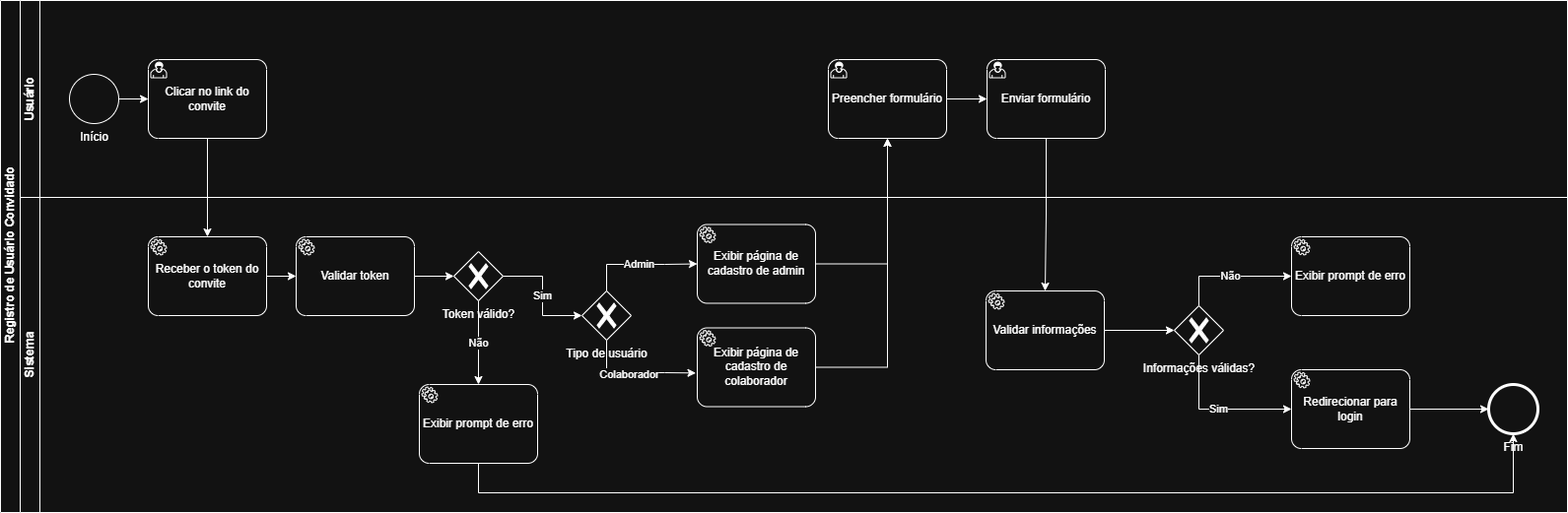
Earlier version of the draw.io export docs/images/bpmn/gestao-de-usuario/bpmn-gestao-de-usuario-sp7.png (lsivolella/Servify). Source tidied: cells renumbered, new cells last; positions are measured from the earlier drawing's top-left corner, leaving out a move shared by most shapes.
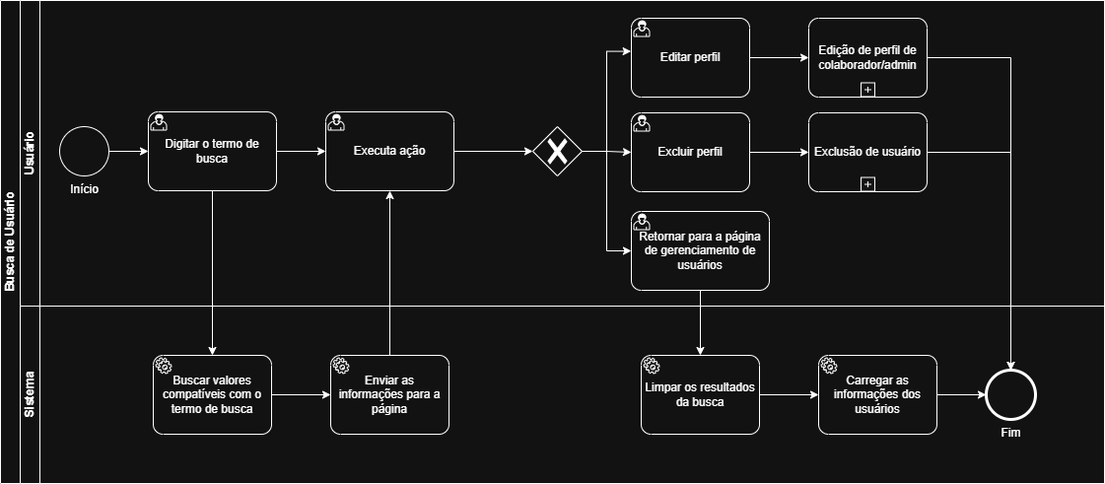
The same file after the commit.

Commit message:
Ajustes no processo de gerenciamento de clientes

The edit, as a diff of the source:
```diff
@@ -2,141 +2,107 @@
   <root>
     <mxCell id="0" />
     <mxCell id="1" parent="0" />
-    <mxCell id="2" value="&amp;nbsp;Registro de Usuário Convidado" style="swimlane;horizontal=0;startSize=20;html=1;" parent="1" vertex="1">
-      <mxGeometry width="1590" height="520" as="geometry" />
+    <mxCell id="2" style="group;" parent="1" vertex="1">
+      <mxGeometry width="1120" height="490" as="geometry" />
     </mxCell>
-    <mxCell id="3" value="Usuário" style="swimlane;startSize=20;horizontal=0;html=1;" parent="2" vertex="1">
-      <mxGeometry x="20" width="1570" height="200" as="geometry" />
+    <mxCell id="3" value="Busca de Usuário" style="swimlane;horizontal=0;startSize=20;html=1;" parent="2" vertex="1">
+      <mxGeometry width="1120" height="490" as="geometry" />
     </mxCell>
-    <mxCell id="4" style="edgeStyle=orthogonalEdgeStyle;rounded=0;jettySize=auto;html=1;" parent="3" edge="1" source="5">
-      <mxGeometry relative="1" as="geometry">
-        <mxPoint x="130" y="100" as="targetPoint" />
-      </mxGeometry>
+    <mxCell id="4" value="Usuário" style="swimlane;startSize=20;horizontal=0;html=1;" parent="3" vertex="1">
+      <mxGeometry x="20" width="1100" height="310" as="geometry" />
     </mxCell>
-    <mxCell id="5" value="Início" style="points=[[0.145,0.145,0],[0.5,0,0],[0.855,0.145,0],[1,0.5,0],[0.855,0.855,0],[0.5,1,0],[0.145,0.855,0],[0,0.5,0]];shape=mxgraph.bpmn.event;html=1;verticalLabelPosition=bottom;labelBackgroundColor=#ffffff;verticalAlign=top;align=center;perimeter=ellipsePerimeter;outlineConnect=0;outline=standard;symbol=general;" parent="3" vertex="1">
-      <mxGeometry x="50" y="75" width="50" height="50" as="geometry" />
+    <mxCell id="5" value="Sistema" style="swimlane;startSize=20;horizontal=0;html=1;" parent="3" vertex="1">
+      <mxGeometry x="20" y="310" width="1100" height="180" as="geometry" />
     </mxCell>
-    <mxCell id="6" value="Clicar no link do convite" style="points=[[0.25,0,0],[0.5,0,0],[0.75,0,0],[1,0.25,0],[1,0.5,0],[1,0.75,0],[0.75,1,0],[0.5,1,0],[0.25,1,0],[0,0.75,0],[0,0.5,0],[0,0.25,0]];shape=mxgraph.bpmn.task2;whiteSpace=wrap;rectStyle=rounded;size=10;html=1;taskMarker=user;" parent="3" vertex="1">
-      <mxGeometry x="130" y="60" width="120" height="80" as="geometry" />
+    <mxCell id="6" style="edgeStyle=orthogonalEdgeStyle;rounded=0;jettySize=auto;html=1;" parent="5" edge="1" source="7" target="9">
+      <mxGeometry relative="1" as="geometry" />
     </mxCell>
-    <mxCell id="7" value="Preencher formulário" style="points=[[0.25,0,0],[0.5,0,0],[0.75,0,0],[1,0.25,0],[1,0.5,0],[1,0.75,0],[0.75,1,0],[0.5,1,0],[0.25,1,0],[0,0.75,0],[0,0.5,0],[0,0.25,0]];shape=mxgraph.bpmn.task2;whiteSpace=wrap;rectStyle=rounded;size=10;html=1;taskMarker=user;" parent="3" vertex="1">
-      <mxGeometry x="820" y="60" width="120" height="80" as="geometry" />
+    <mxCell id="7" value="Buscar valores compatíveis com o termo de busca" style="points=[[0.25,0,0],[0.5,0,0],[0.75,0,0],[1,0.25,0],[1,0.5,0],[1,0.75,0],[0.75,1,0],[0.5,1,0],[0.25,1,0],[0,0.75,0],[0,0.5,0],[0,0.25,0]];shape=mxgraph.bpmn.task2;whiteSpace=wrap;rectStyle=rounded;size=10;html=1;taskMarker=service;" parent="5" vertex="1">
+      <mxGeometry x="135" y="50" width="120" height="80" as="geometry" />
     </mxCell>
-    <mxCell id="8" value="Enviar formulário" style="points=[[0.25,0,0],[0.5,0,0],[0.75,0,0],[1,0.25,0],[1,0.5,0],[1,0.75,0],[0.75,1,0],[0.5,1,0],[0.25,1,0],[0,0.75,0],[0,0.5,0],[0,0.25,0]];shape=mxgraph.bpmn.task2;whiteSpace=wrap;rectStyle=rounded;size=10;html=1;taskMarker=user;" parent="3" vertex="1">
-      <mxGeometry x="981" y="60" width="120" height="80" as="geometry" />
+    <mxCell id="8" value="Fim" style="points=[[0.145,0.145,0],[0.5,0,0],[0.855,0.145,0],[1,0.5,0],[0.855,0.855,0],[0.5,1,0],[0.145,0.855,0],[0,0.5,0]];shape=mxgraph.bpmn.event;html=1;verticalLabelPosition=bottom;labelBackgroundColor=#ffffff;verticalAlign=top;align=center;perimeter=ellipsePerimeter;outlineConnect=0;outline=end;symbol=terminate2;" parent="5" vertex="1">
+      <mxGeometry x="980" y="65" width="50" height="50" as="geometry" />
     </mxCell>
-    <mxCell id="9" style="edgeStyle=orthogonalEdgeStyle;rounded=0;jettySize=auto;html=1;entryX=0;entryY=0.5;entryDx=0;entryDy=0;entryPerimeter=0;" parent="3" edge="1" source="7" target="8">
-      <mxGeometry relative="1" as="geometry" />
+    <mxCell id="9" value="Enviar as informações para a página" style="points=[[0.25,0,0],[0.5,0,0],[0.75,0,0],[1,0.25,0],[1,0.5,0],[1,0.75,0],[0.75,1,0],[0.5,1,0],[0.25,1,0],[0,0.75,0],[0,0.5,0],[0,0.25,0]];shape=mxgraph.bpmn.task2;whiteSpace=wrap;rectStyle=rounded;size=10;html=1;taskMarker=service;" parent="5" vertex="1">
+      <mxGeometry x="315" y="50" width="120" height="80" as="geometry" />
     </mxCell>
-    <mxCell id="10" style="edgeStyle=orthogonalEdgeStyle;rounded=0;jettySize=auto;html=1;entryX=0.5;entryY=0;entryDx=0;entryDy=0;entryPerimeter=0;" parent="2" edge="1" source="6" target="12">
-      <mxGeometry relative="1" as="geometry" />
+    <mxCell id="10" value="Limpar os resultados da busca" style="points=[[0.25,0,0],[0.5,0,0],[0.75,0,0],[1,0.25,0],[1,0.5,0],[1,0.75,0],[0.75,1,0],[0.5,1,0],[0.25,1,0],[0,0.75,0],[0,0.5,0],[0,0.25,0]];shape=mxgraph.bpmn.task2;whiteSpace=wrap;rectStyle=rounded;size=10;html=1;taskMarker=service;" parent="5" vertex="1">
+      <mxGeometry x="630" y="50" width="120" height="80" as="geometry" />
     </mxCell>
-    <mxCell id="11" value="Sistema" style="swimlane;startSize=20;horizontal=0;html=1;" parent="2" vertex="1">
-      <mxGeometry x="20" y="200" width="1570" height="320" as="geometry" />
+    <mxCell id="11" value="Carregar as informações dos usuários" style="points=[[0.25,0,0],[0.5,0,0],[0.75,0,0],[1,0.25,0],[1,0.5,0],[1,0.75,0],[0.75,1,0],[0.5,1,0],[0.25,1,0],[0,0.75,0],[0,0.5,0],[0,0.25,0]];shape=mxgraph.bpmn.task2;whiteSpace=wrap;rectStyle=rounded;size=10;html=1;taskMarker=service;" parent="5" vertex="1">
+      <mxGeometry x="810" y="50" width="120" height="80" as="geometry" />
     </mxCell>
-    <mxCell id="12" value="Receber o token do convite" style="points=[[0.25,0,0],[0.5,0,0],[0.75,0,0],[1,0.25,0],[1,0.5,0],[1,0.75,0],[0.75,1,0],[0.5,1,0],[0.25,1,0],[0,0.75,0],[0,0.5,0],[0,0.25,0]];shape=mxgraph.bpmn.task2;whiteSpace=wrap;rectStyle=rounded;size=10;html=1;taskMarker=service;" parent="11" vertex="1">
-      <mxGeometry x="130" y="40" width="120" height="80" as="geometry" />
+    <mxCell id="12" style="edgeStyle=orthogonalEdgeStyle;rounded=0;jettySize=auto;html=1;entryX=0;entryY=0.5;entryDx=0;entryDy=0;entryPerimeter=0;" parent="5" edge="1" source="10" target="11">
+      <mxGeometry relative="1" as="geometry" />
     </mxCell>
-    <mxCell id="13" value="Validar token" style="points=[[0.25,0,0],[0.5,0,0],[0.75,0,0],[1,0.25,0],[1,0.5,0],[1,0.75,0],[0.75,1,0],[0.5,1,0],[0.25,1,0],[0,0.75,0],[0,0.5,0],[0,0.25,0]];shape=mxgraph.bpmn.task2;whiteSpace=wrap;rectStyle=rounded;size=10;html=1;taskMarker=service;" parent="11" vertex="1">
-      <mxGeometry x="280" y="40" width="120" height="80" as="geometry" />
+    <mxCell id="13" style="edgeStyle=orthogonalEdgeStyle;rounded=0;jettySize=auto;html=1;entryX=0;entryY=0.5;entryDx=0;entryDy=0;entryPerimeter=0;" parent="5" edge="1" source="11" target="8">
+      <mxGeometry relative="1" as="geometry" />
     </mxCell>
-    <mxCell id="14" value="Token válido?" style="points=[[0.25,0.25,0],[0.5,0,0],[0.75,0.25,0],[1,0.5,0],[0.75,0.75,0],[0.5,1,0],[0.25,0.75,0],[0,0.5,0]];shape=mxgraph.bpmn.gateway2;html=1;verticalLabelPosition=bottom;labelBackgroundColor=#ffffff;verticalAlign=top;align=center;perimeter=rhombusPerimeter;outlineConnect=0;outline=none;symbol=none;gwType=exclusive;" parent="11" vertex="1">
-      <mxGeometry x="440" y="55" width="50" height="50" as="geometry" />
+    <mxCell id="14" value="Início" style="points=[[0.145,0.145,0],[0.5,0,0],[0.855,0.145,0],[1,0.5,0],[0.855,0.855,0],[0.5,1,0],[0.145,0.855,0],[0,0.5,0]];shape=mxgraph.bpmn.event;html=1;verticalLabelPosition=bottom;labelBackgroundColor=#ffffff;verticalAlign=top;align=center;perimeter=ellipsePerimeter;outlineConnect=0;outline=standard;symbol=general;" parent="2" vertex="1">
+      <mxGeometry x="60" y="128" width="50" height="50" as="geometry" />
     </mxCell>
-    <mxCell id="15" value="Exibir prompt de erro" style="points=[[0.25,0,0],[0.5,0,0],[0.75,0,0],[1,0.25,0],[1,0.5,0],[1,0.75,0],[0.75,1,0],[0.5,1,0],[0.25,1,0],[0,0.75,0],[0,0.5,0],[0,0.25,0]];shape=mxgraph.bpmn.task2;whiteSpace=wrap;rectStyle=rounded;size=10;html=1;taskMarker=service;" parent="11" vertex="1">
-      <mxGeometry x="405" y="190" width="120" height="80" as="geometry" />
+    <mxCell id="15" value="Digitar o termo de busca" style="points=[[0.25,0,0],[0.5,0,0],[0.75,0,0],[1,0.25,0],[1,0.5,0],[1,0.75,0],[0.75,1,0],[0.5,1,0],[0.25,1,0],[0,0.75,0],[0,0.5,0],[0,0.25,0]];shape=mxgraph.bpmn.task2;whiteSpace=wrap;rectStyle=rounded;size=10;html=1;taskMarker=user;" parent="2" vertex="1">
+      <mxGeometry x="150" y="113" width="130" height="80" as="geometry" />
     </mxCell>
-    <mxCell id="16" value="Fim" style="points=[[0.145,0.145,0],[0.5,0,0],[0.855,0.145,0],[1,0.5,0],[0.855,0.855,0],[0.5,1,0],[0.145,0.855,0],[0,0.5,0]];shape=mxgraph.bpmn.event;html=1;verticalLabelPosition=bottom;labelBackgroundColor=#ffffff;verticalAlign=top;align=center;perimeter=ellipsePerimeter;outlineConnect=0;outline=end;symbol=terminate2;" parent="11" vertex="1">
-      <mxGeometry x="1490" y="190" width="50" height="50" as="geometry" />
+    <mxCell id="16" style="edgeStyle=orthogonalEdgeStyle;rounded=0;jettySize=auto;html=1;entryX=0;entryY=0.5;entryDx=0;entryDy=0;entryPerimeter=0;" parent="2" edge="1" source="14" target="15">
+      <mxGeometry relative="1" as="geometry" />
     </mxCell>
-    <mxCell id="17" value="Exibir página de cadastro de admin" style="points=[[0.25,0,0],[0.5,0,0],[0.75,0,0],[1,0.25,0],[1,0.5,0],[1,0.75,0],[0.75,1,0],[0.5,1,0],[0.25,1,0],[0,0.75,0],[0,0.5,0],[0,0.25,0]];shape=mxgraph.bpmn.task2;whiteSpace=wrap;rectStyle=rounded;size=10;html=1;taskMarker=service;" parent="11" vertex="1">
-      <mxGeometry x="687" y="27.5" width="120" height="80" as="geometry" />
+    <mxCell id="17" style="points=[[0.25,0.25,0],[0.5,0,0],[0.75,0.25,0],[1,0.5,0],[0.75,0.75,0],[0.5,1,0],[0.25,0.75,0],[0,0.5,0]];shape=mxgraph.bpmn.gateway2;html=1;verticalLabelPosition=bottom;labelBackgroundColor=#ffffff;verticalAlign=top;align=center;perimeter=rhombusPerimeter;outlineConnect=0;outline=none;symbol=none;gwType=exclusive;" parent="2" vertex="1">
+      <mxGeometry x="540" y="128" width="50" height="50" as="geometry" />
     </mxCell>
-    <mxCell id="18" value="Exibir página de cadastro de colaborador" style="points=[[0.25,0,0],[0.5,0,0],[0.75,0,0],[1,0.25,0],[1,0.5,0],[1,0.75,0],[0.75,1,0],[0.5,1,0],[0.25,1,0],[0,0.75,0],[0,0.5,0],[0,0.25,0]];shape=mxgraph.bpmn.task2;whiteSpace=wrap;rectStyle=rounded;size=10;html=1;taskMarker=service;" parent="11" vertex="1">
-      <mxGeometry x="687" y="132.5" width="120" height="80" as="geometry" />
+    <mxCell id="18" value="Executa ação" style="points=[[0.25,0,0],[0.5,0,0],[0.75,0,0],[1,0.25,0],[1,0.5,0],[1,0.75,0],[0.75,1,0],[0.5,1,0],[0.25,1,0],[0,0.75,0],[0,0.5,0],[0,0.25,0]];shape=mxgraph.bpmn.task2;whiteSpace=wrap;rectStyle=rounded;size=10;html=1;taskMarker=user;" parent="2" vertex="1">
+      <mxGeometry x="330" y="113" width="130" height="80" as="geometry" />
     </mxCell>
-    <mxCell id="19" value="Tipo de usuário" style="points=[[0.25,0.25,0],[0.5,0,0],[0.75,0.25,0],[1,0.5,0],[0.75,0.75,0],[0.5,1,0],[0.25,0.75,0],[0,0.5,0]];shape=mxgraph.bpmn.gateway2;html=1;verticalLabelPosition=bottom;labelBackgroundColor=#ffffff;verticalAlign=top;align=center;perimeter=rhombusPerimeter;outlineConnect=0;outline=none;symbol=none;gwType=exclusive;" parent="11" vertex="1">
-      <mxGeometry x="570" y="95" width="50" height="50" as="geometry" />
+    <mxCell id="19" style="edgeStyle=orthogonalEdgeStyle;rounded=0;jettySize=auto;html=1;entryX=0;entryY=0.5;entryDx=0;entryDy=0;entryPerimeter=0;" parent="2" edge="1" source="18" target="17">
+      <mxGeometry relative="1" as="geometry" />
     </mxCell>
-    <mxCell id="20" value="Informações válidas?" style="points=[[0.25,0.25,0],[0.5,0,0],[0.75,0.25,0],[1,0.5,0],[0.75,0.75,0],[0.5,1,0],[0.25,0.75,0],[0,0.5,0]];shape=mxgraph.bpmn.gateway2;html=1;verticalLabelPosition=bottom;labelBackgroundColor=#ffffff;verticalAlign=top;align=center;perimeter=rhombusPerimeter;outlineConnect=0;outline=none;symbol=none;gwType=exclusive;" parent="11" vertex="1">
-      <mxGeometry x="1171" y="110" width="50" height="50" as="geometry" />
+    <mxCell id="20" style="edgeStyle=orthogonalEdgeStyle;rounded=0;jettySize=auto;html=1;entryX=0;entryY=0.5;entryDx=0;entryDy=0;entryPerimeter=0;" parent="2" edge="1" source="15" target="18">
+      <mxGeometry relative="1" as="geometry" />
     </mxCell>
-    <mxCell id="21" value="Validar informações" style="points=[[0.25,0,0],[0.5,0,0],[0.75,0,0],[1,0.25,0],[1,0.5,0],[1,0.75,0],[0.75,1,0],[0.5,1,0],[0.25,1,0],[0,0.75,0],[0,0.5,0],[0,0.25,0]];shape=mxgraph.bpmn.task2;whiteSpace=wrap;rectStyle=rounded;size=10;html=1;taskMarker=service;" parent="11" vertex="1">
-      <mxGeometry x="980" y="95" width="120" height="80" as="geometry" />
+    <mxCell id="21" value="Retornar para a página de gerenciamento de usuários" style="points=[[0.25,0,0],[0.5,0,0],[0.75,0,0],[1,0.25,0],[1,0.5,0],[1,0.75,0],[0.75,1,0],[0.5,1,0],[0.25,1,0],[0,0.75,0],[0,0.5,0],[0,0.25,0]];shape=mxgraph.bpmn.task2;whiteSpace=wrap;rectStyle=rounded;size=10;html=1;taskMarker=user;" parent="2" vertex="1">
+      <mxGeometry x="640" y="214" width="140" height="80" as="geometry" />
     </mxCell>
-    <mxCell id="22" value="Exibir prompt de erro" style="points=[[0.25,0,0],[0.5,0,0],[0.75,0,0],[1,0.25,0],[1,0.5,0],[1,0.75,0],[0.75,1,0],[0.5,1,0],[0.25,1,0],[0,0.75,0],[0,0.5,0],[0,0.25,0]];shape=mxgraph.bpmn.task2;whiteSpace=wrap;rectStyle=rounded;size=10;html=1;taskMarker=service;" parent="11" vertex="1">
-      <mxGeometry x="1290" y="40" width="120" height="80" as="geometry" />
+    <mxCell id="22" value="Editar perfil" style="points=[[0.25,0,0],[0.5,0,0],[0.75,0,0],[1,0.25,0],[1,0.5,0],[1,0.75,0],[0.75,1,0],[0.5,1,0],[0.25,1,0],[0,0.75,0],[0,0.5,0],[0,0.25,0]];shape=mxgraph.bpmn.task2;whiteSpace=wrap;rectStyle=rounded;size=10;html=1;taskMarker=user;" parent="2" vertex="1">
+      <mxGeometry x="640" y="18" width="120" height="80" as="geometry" />
     </mxCell>
-    <mxCell id="23" value="Redirecionar para login" style="points=[[0.25,0,0],[0.5,0,0],[0.75,0,0],[1,0.25,0],[1,0.5,0],[1,0.75,0],[0.75,1,0],[0.5,1,0],[0.25,1,0],[0,0.75,0],[0,0.5,0],[0,0.25,0]];shape=mxgraph.bpmn.task2;whiteSpace=wrap;rectStyle=rounded;size=10;html=1;taskMarker=service;" parent="11" vertex="1">
-      <mxGeometry x="1290" y="175" width="120" height="80" as="geometry" />
+    <mxCell id="23" value="Excluir perfil" style="points=[[0.25,0,0],[0.5,0,0],[0.75,0,0],[1,0.25,0],[1,0.5,0],[1,0.75,0],[0.75,1,0],[0.5,1,0],[0.25,1,0],[0,0.75,0],[0,0.5,0],[0,0.25,0]];shape=mxgraph.bpmn.task2;whiteSpace=wrap;rectStyle=rounded;size=10;html=1;taskMarker=user;" parent="2" vertex="1">
+      <mxGeometry x="640" y="114" width="120" height="80" as="geometry" />
     </mxCell>
-    <mxCell id="24" style="edgeStyle=orthogonalEdgeStyle;rounded=0;jettySize=auto;html=1;entryX=0;entryY=0.5;entryDx=0;entryDy=0;entryPerimeter=0;" parent="11" edge="1" source="12" target="13">
-      <mxGeometry relative="1" as="geometry" />
+    <mxCell id="24" value="Edição de perfil de colaborador/admin" style="points=[[0.25,0,0],[0.5,0,0],[0.75,0,0],[1,0.25,0],[1,0.5,0],[1,0.75,0],[0.75,1,0],[0.5,1,0],[0.25,1,0],[0,0.75,0],[0,0.5,0],[0,0.25,0]];shape=mxgraph.bpmn.task2;whiteSpace=wrap;rectStyle=rounded;size=10;html=1;taskMarker=abstract;isLoopSub=1;" parent="2" vertex="1">
+      <mxGeometry x="820" y="18" width="120" height="80" as="geometry" />
     </mxCell>
-    <mxCell id="25" style="edgeStyle=orthogonalEdgeStyle;rounded=0;jettySize=auto;html=1;entryX=0;entryY=0.5;entryDx=0;entryDy=0;entryPerimeter=0;" parent="11" edge="1" source="13" target="14">
-      <mxGeometry relative="1" as="geometry" />
+    <mxCell id="25" value="Exclusão de usuário" style="points=[[0.25,0,0],[0.5,0,0],[0.75,0,0],[1,0.25,0],[1,0.5,0],[1,0.75,0],[0.75,1,0],[0.5,1,0],[0.25,1,0],[0,0.75,0],[0,0.5,0],[0,0.25,0]];shape=mxgraph.bpmn.task2;whiteSpace=wrap;rectStyle=rounded;size=10;html=1;taskMarker=abstract;isLoopSub=1;" parent="2" vertex="1">
+      <mxGeometry x="820" y="114" width="120" height="80" as="geometry" />
     </mxCell>
-    <mxCell id="26" value="Não" style="edgeStyle=orthogonalEdgeStyle;rounded=0;jettySize=auto;html=1;entryX=0.5;entryY=0;entryDx=0;entryDy=0;entryPerimeter=0;" parent="11" edge="1" source="14" target="15">
+    <mxCell id="26" style="edgeStyle=orthogonalEdgeStyle;rounded=0;jettySize=auto;html=1;entryX=0;entryY=0.5;entryDx=0;entryDy=0;entryPerimeter=0;" parent="2" edge="1" source="22" target="24">
       <mxGeometry relative="1" as="geometry" />
     </mxCell>
-    <mxCell id="27" value="Sim" style="edgeStyle=orthogonalEdgeStyle;rounded=0;jettySize=auto;html=1;entryX=0;entryY=0.5;entryDx=0;entryDy=0;entryPerimeter=0;" parent="11" edge="1" source="14" target="19">
+    <mxCell id="27" style="edgeStyle=orthogonalEdgeStyle;rounded=0;jettySize=auto;html=1;entryX=0;entryY=0.5;entryDx=0;entryDy=0;entryPerimeter=0;" parent="2" edge="1" source="23" target="25">
       <mxGeometry relative="1" as="geometry" />
     </mxCell>
-    <mxCell id="28" value="Admin" style="edgeStyle=orthogonalEdgeStyle;rounded=0;jettySize=auto;html=1;entryX=0;entryY=0.5;entryDx=0;entryDy=0;entryPerimeter=0;" parent="11" edge="1" source="19" target="17">
-      <mxGeometry relative="1" as="geometry">
-        <Array as="points">
-          <mxPoint x="595" y="68" />
-          <mxPoint x="654" y="68" />
-        </Array>
-      </mxGeometry>
+    <mxCell id="28" style="edgeStyle=orthogonalEdgeStyle;rounded=0;jettySize=auto;html=1;entryX=-0.003;entryY=0.42;entryDx=0;entryDy=0;entryPerimeter=0;" parent="2" edge="1" source="17" target="22">
+      <mxGeometry relative="1" as="geometry" />
     </mxCell>
-    <mxCell id="29" style="edgeStyle=orthogonalEdgeStyle;rounded=0;jettySize=auto;html=1;entryX=-0.012;entryY=0.573;entryDx=0;entryDy=0;entryPerimeter=0;" parent="11" edge="1" source="19" target="18">
-      <mxGeometry relative="1" as="geometry">
-        <Array as="points">
-          <mxPoint x="595" y="178" />
-          <mxPoint x="654" y="178" />
-        </Array>
-      </mxGeometry>
+    <mxCell id="29" style="edgeStyle=orthogonalEdgeStyle;rounded=0;jettySize=auto;html=1;entryX=0;entryY=0.5;entryDx=0;entryDy=0;entryPerimeter=0;" parent="2" edge="1" source="17" target="23">
+      <mxGeometry relative="1" as="geometry" />
     </mxCell>
-    <mxCell id="30" value="Colaborador" style="edgeLabel;html=1;align=center;verticalAlign=middle;" parent="29" vertex="1">
-      <mxGeometry x="-0.12" y="-1" relative="1" as="geometry" />
+    <mxCell id="30" style="edgeStyle=orthogonalEdgeStyle;rounded=0;jettySize=auto;html=1;entryX=0;entryY=0.5;entryDx=0;entryDy=0;entryPerimeter=0;" parent="2" edge="1" source="17" target="21">
+      <mxGeometry relative="1" as="geometry" />
     </mxCell>
-    <mxCell id="31" style="edgeStyle=orthogonalEdgeStyle;rounded=0;jettySize=auto;html=1;entryX=0;entryY=0.5;entryDx=0;entryDy=0;entryPerimeter=0;" parent="11" edge="1" source="23" target="16">
+    <mxCell id="31" style="edgeStyle=orthogonalEdgeStyle;rounded=0;jettySize=auto;html=1;entryX=0.5;entryY=0;entryDx=0;entryDy=0;entryPerimeter=0;" parent="2" edge="1" source="15" target="7">
       <mxGeometry relative="1" as="geometry" />
     </mxCell>
-    <mxCell id="32" style="edgeStyle=orthogonalEdgeStyle;rounded=0;jettySize=auto;html=1;entryX=0.5;entryY=1;entryDx=0;entryDy=0;entryPerimeter=0;" parent="11" edge="1" source="15" target="16">
-      <mxGeometry relative="1" as="geometry">
-        <Array as="points">
-          <mxPoint x="465" y="300" />
-          <mxPoint x="1515" y="300" />
-        </Array>
-      </mxGeometry>
+    <mxCell id="32" style="edgeStyle=orthogonalEdgeStyle;rounded=0;jettySize=auto;html=1;entryX=0.5;entryY=1;entryDx=0;entryDy=0;entryPerimeter=0;" parent="2" edge="1" source="9" target="18">
+      <mxGeometry relative="1" as="geometry" />
     </mxCell>
-    <mxCell id="33" value="Não" style="edgeStyle=orthogonalEdgeStyle;rounded=0;jettySize=auto;html=1;entryX=0;entryY=0.5;entryDx=0;entryDy=0;entryPerimeter=0;" parent="11" edge="1" source="20" target="22">
-      <mxGeometry relative="1" as="geometry">
-        <Array as="points">
-          <mxPoint x="1196" y="80" />
-        </Array>
-      </mxGeometry>
+    <mxCell id="33" style="edgeStyle=orthogonalEdgeStyle;rounded=0;jettySize=auto;html=1;entryX=0.5;entryY=0;entryDx=0;entryDy=0;entryPerimeter=0;" parent="2" edge="1" source="21" target="10">
+      <mxGeometry relative="1" as="geometry" />
     </mxCell>
-    <mxCell id="34" value="Sim" style="edgeStyle=orthogonalEdgeStyle;rounded=0;jettySize=auto;html=1;entryX=0;entryY=0.5;entryDx=0;entryDy=0;entryPerimeter=0;" parent="11" edge="1" source="20" target="23">
-      <mxGeometry relative="1" as="geometry">
-        <Array as="points">
-          <mxPoint x="1196" y="215" />
-        </Array>
-      </mxGeometry>
+    <mxCell id="34" style="edgeStyle=orthogonalEdgeStyle;rounded=0;jettySize=auto;html=1;" parent="2" edge="1" source="24" target="8">
+      <mxGeometry relative="1" as="geometry" />
     </mxCell>
-    <mxCell id="35" style="edgeStyle=orthogonalEdgeStyle;rounded=0;jettySize=auto;html=1;entryX=0;entryY=0.5;entryDx=0;entryDy=0;entryPerimeter=0;" parent="11" edge="1" source="21" target="20">
+    <mxCell id="35" style="edgeStyle=orthogonalEdgeStyle;rounded=0;jettySize=auto;html=1;entryX=0.5;entryY=0;entryDx=0;entryDy=0;entryPerimeter=0;" parent="2" edge="1" source="25" target="8">
       <mxGeometry relative="1" as="geometry" />
     </mxCell>
-    <mxCell id="36" style="edgeStyle=orthogonalEdgeStyle;rounded=0;jettySize=auto;html=1;entryX=0.5;entryY=1;entryDx=0;entryDy=0;entryPerimeter=0;" parent="2" edge="1" source="18" target="7">
-      <mxGeometry relative="1" as="geometry" />
-    </mxCell>
-    <mxCell id="37" style="edgeStyle=orthogonalEdgeStyle;rounded=0;jettySize=auto;html=1;entryX=0.5;entryY=1;entryDx=0;entryDy=0;entryPerimeter=0;" parent="2" edge="1" source="17" target="7">
-      <mxGeometry relative="1" as="geometry" />
-    </mxCell>
-    <mxCell id="38" style="edgeStyle=orthogonalEdgeStyle;rounded=0;jettySize=auto;html=1;entryX=0.5;entryY=0;entryDx=0;entryDy=0;entryPerimeter=0;" parent="2" edge="1" source="8" target="21">
-      <mxGeometry relative="1" as="geometry" />
-    </mxCell>
   </root>
 </mxGraphModel>
```
